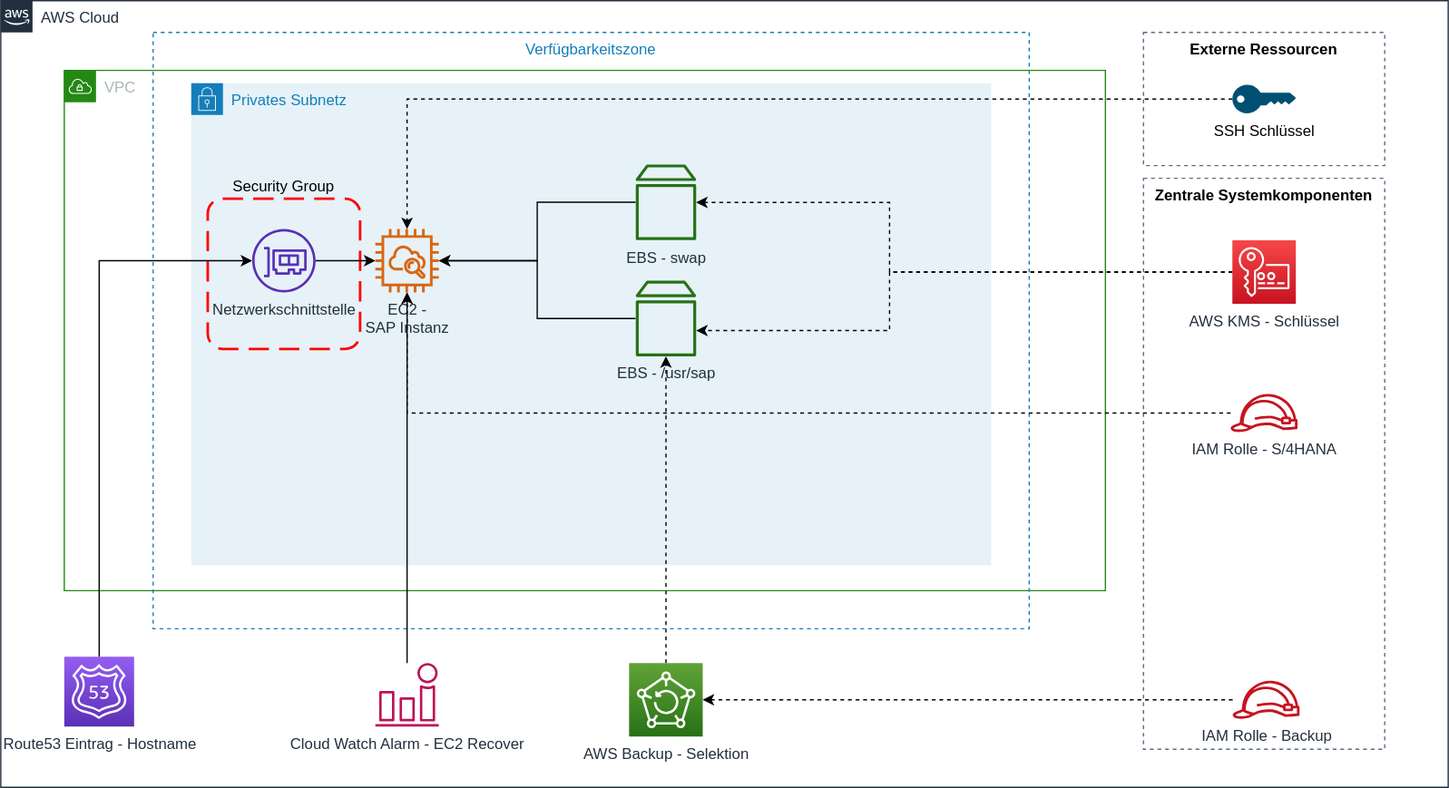
FlorianL-Git/aws-sap-iac keeps this draw.io diagram as modules/appserver/images/Architecture.svg. Above is the earlier version. Source tidied: cells renumbered, new cells last; positions are measured from the earlier drawing's top-left corner, leaving out a move shared by most shapes.
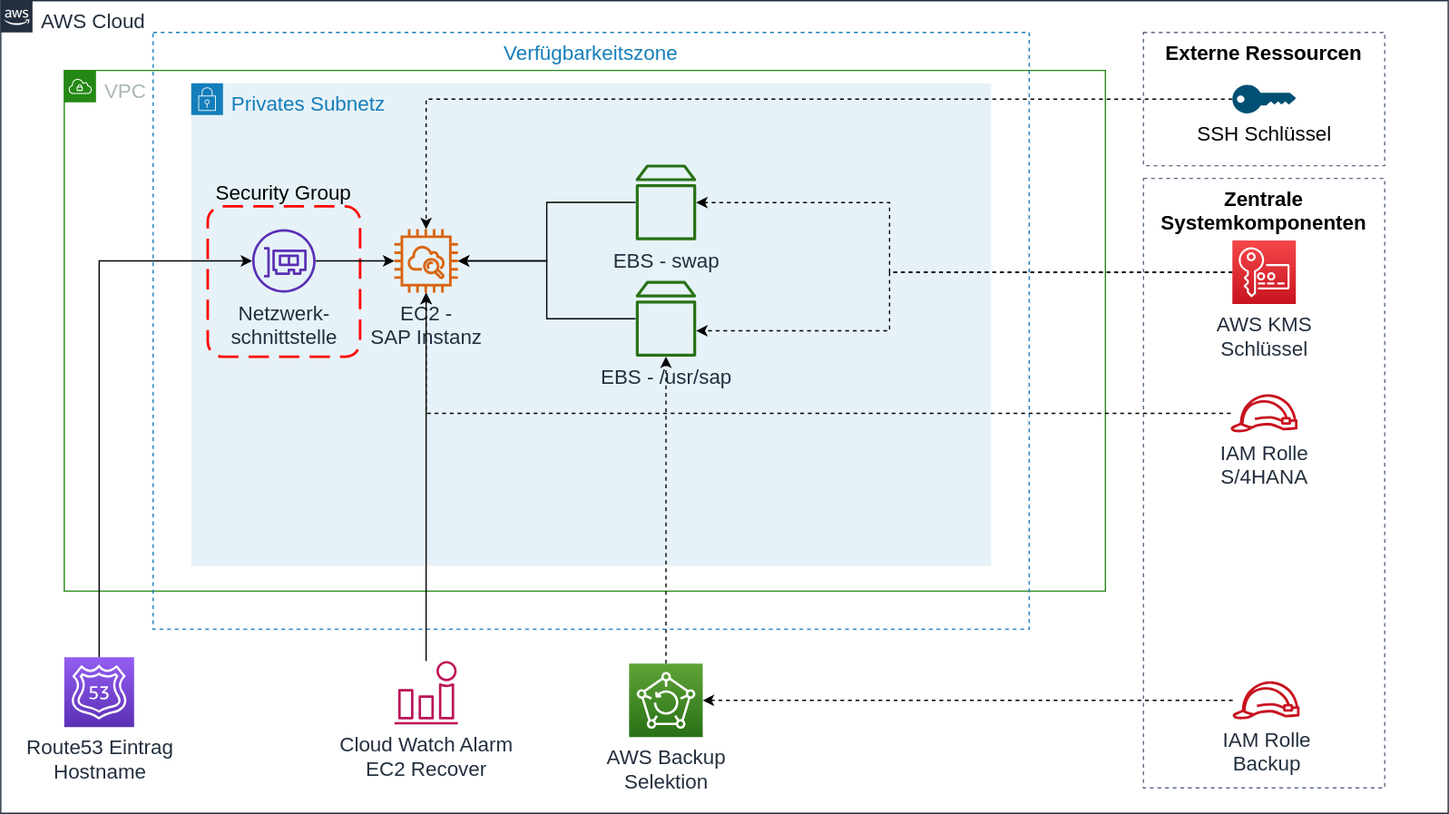
The same diagram one commit later.

Diff of the diagram source:
```diff
@@ -2,68 +2,68 @@
   <root>
     <mxCell id="0" />
     <mxCell id="1" parent="0" />
-    <mxCell id="2" value="Privates Subnetz" style="gradientColor=none;html=1;whiteSpace=wrap;fontSize=12;fontStyle=0;shape=mxgraph.aws4.group;grIcon=mxgraph.aws4.group_security_group;grStroke=0;strokeColor=#147EBA;fillColor=#E6F2F8;verticalAlign=top;align=left;spacingLeft=30;fontColor=#147EBA;dashed=0;" parent="1" vertex="1">
+    <mxCell id="2" value="Privates Subnetz" style="gradientColor=none;html=1;whiteSpace=wrap;fontSize=16;fontStyle=0;shape=mxgraph.aws4.group;grIcon=mxgraph.aws4.group_security_group;grStroke=0;strokeColor=#147EBA;fillColor=#E6F2F8;verticalAlign=top;align=left;spacingLeft=30;fontColor=#147EBA;dashed=0;" parent="1" vertex="1">
       <mxGeometry x="150" y="65" width="630" height="380" as="geometry" />
     </mxCell>
-    <mxCell id="3" value="AWS Cloud" style="gradientColor=none;html=1;whiteSpace=wrap;fontSize=12;fontStyle=0;shape=mxgraph.aws4.group;grIcon=mxgraph.aws4.group_aws_cloud_alt;strokeColor=#232F3E;fillColor=none;verticalAlign=top;align=left;spacingLeft=30;fontColor=#232F3E;dashed=0;" parent="1" vertex="1">
-      <mxGeometry width="1140" height="620" as="geometry" />
+    <mxCell id="3" value="AWS Cloud" style="gradientColor=none;html=1;whiteSpace=wrap;fontSize=16;fontStyle=0;shape=mxgraph.aws4.group;grIcon=mxgraph.aws4.group_aws_cloud_alt;strokeColor=#232F3E;fillColor=none;verticalAlign=top;align=left;spacingLeft=30;fontColor=#232F3E;dashed=0;" parent="1" vertex="1">
+      <mxGeometry width="1140" height="640" as="geometry" />
     </mxCell>
-    <mxCell id="4" value="VPC" style="gradientColor=none;html=1;whiteSpace=wrap;fontSize=12;fontStyle=0;shape=mxgraph.aws4.group;grIcon=mxgraph.aws4.group_vpc;strokeColor=#248814;fillColor=none;verticalAlign=top;align=left;spacingLeft=30;fontColor=#AAB7B8;dashed=0;" parent="1" vertex="1">
+    <mxCell id="4" value="VPC" style="gradientColor=none;html=1;whiteSpace=wrap;fontSize=16;fontStyle=0;shape=mxgraph.aws4.group;grIcon=mxgraph.aws4.group_vpc;strokeColor=#248814;fillColor=none;verticalAlign=top;align=left;spacingLeft=30;fontColor=#AAB7B8;dashed=0;" parent="1" vertex="1">
       <mxGeometry x="50" y="55" width="820" height="410" as="geometry" />
     </mxCell>
-    <mxCell id="5" value="Verfügbarkeitszone" style="fillColor=none;strokeColor=#147EBA;dashed=1;verticalAlign=top;fontStyle=0;fontColor=#147EBA;" parent="1" vertex="1">
+    <mxCell id="5" value="Verfügbarkeitszone" style="fillColor=none;strokeColor=#147EBA;dashed=1;verticalAlign=top;fontStyle=0;fontColor=#147EBA;fontSize=16;" parent="1" vertex="1">
       <mxGeometry x="120" y="25" width="690" height="470" as="geometry" />
     </mxCell>
-    <mxCell id="6" value="Netzwerkschnittstelle" style="outlineConnect=0;fontColor=#232F3E;gradientColor=none;fillColor=#5A30B5;strokeColor=none;dashed=0;verticalLabelPosition=bottom;verticalAlign=top;align=center;html=1;fontSize=12;fontStyle=0;shape=mxgraph.aws4.elastic_network_interface;" parent="1" vertex="1">
+    <mxCell id="6" value="Netzwerk-&lt;br&gt;schnittstelle" style="outlineConnect=0;fontColor=#232F3E;gradientColor=none;fillColor=#5A30B5;strokeColor=none;dashed=0;verticalLabelPosition=bottom;verticalAlign=top;align=center;html=1;fontSize=16;fontStyle=0;shape=mxgraph.aws4.elastic_network_interface;" parent="1" vertex="1">
       <mxGeometry x="198" y="180" width="50" height="50" as="geometry" />
     </mxCell>
-    <mxCell id="7" value="Security Group" style="rounded=1;arcSize=10;dashed=1;strokeColor=#ff0000;fillColor=none;gradientColor=none;dashPattern=8 4;strokeWidth=2;verticalAlign=bottom;labelPosition=center;verticalLabelPosition=top;align=center;" parent="1" vertex="1">
-      <mxGeometry x="163" y="156" width="120" height="118.4" as="geometry" />
+    <mxCell id="7" value="Security Group" style="rounded=1;arcSize=10;dashed=1;strokeColor=#ff0000;fillColor=none;gradientColor=none;dashPattern=8 4;strokeWidth=2;verticalAlign=bottom;labelPosition=center;verticalLabelPosition=top;align=center;fontSize=16;" parent="1" vertex="1">
+      <mxGeometry x="163" y="162" width="120" height="118.4" as="geometry" />
     </mxCell>
-    <mxCell id="8" value="Zentrale Systemkomponenten" style="fillColor=none;strokeColor=#5A6C86;dashed=1;verticalAlign=top;fontStyle=1;" parent="1" vertex="1">
-      <mxGeometry x="900" y="140" width="190" height="450" as="geometry" />
+    <mxCell id="8" value="Zentrale &#10;Systemkomponenten" style="fillColor=none;strokeColor=#5A6C86;dashed=1;verticalAlign=top;fontStyle=1;fontSize=16;" parent="1" vertex="1">
+      <mxGeometry x="900" y="140" width="190" height="480" as="geometry" />
     </mxCell>
-    <mxCell id="9" style="edgeStyle=orthogonalEdgeStyle;rounded=0;jettySize=auto;html=1;" parent="1" edge="1" source="10" target="6">
+    <mxCell id="9" style="edgeStyle=orthogonalEdgeStyle;rounded=0;jettySize=auto;html=1;fontSize=16;" parent="1" edge="1" source="10" target="6">
       <mxGeometry relative="1" as="geometry">
         <Array as="points">
           <mxPoint x="78" y="205" />
         </Array>
       </mxGeometry>
     </mxCell>
-    <mxCell id="10" value="Route53 Eintrag - Hostname" style="outlineConnect=0;fontColor=#232F3E;gradientColor=#945DF2;gradientDirection=north;fillColor=#5A30B5;strokeColor=#ffffff;dashed=0;verticalLabelPosition=bottom;verticalAlign=top;align=center;html=1;fontSize=12;fontStyle=0;shape=mxgraph.aws4.resourceIcon;resIcon=mxgraph.aws4.route_53;" parent="1" vertex="1">
+    <mxCell id="10" value="Route53 Eintrag&lt;br&gt;Hostname" style="outlineConnect=0;fontColor=#232F3E;gradientColor=#945DF2;gradientDirection=north;fillColor=#5A30B5;strokeColor=#ffffff;dashed=0;verticalLabelPosition=bottom;verticalAlign=top;align=center;html=1;fontSize=16;fontStyle=0;shape=mxgraph.aws4.resourceIcon;resIcon=mxgraph.aws4.route_53;" parent="1" vertex="1">
       <mxGeometry x="50" y="517" width="55" height="55" as="geometry" />
     </mxCell>
-    <mxCell id="11" style="edgeStyle=orthogonalEdgeStyle;rounded=0;jettySize=auto;html=1;" parent="1" edge="1" source="12" target="13">
+    <mxCell id="11" style="edgeStyle=orthogonalEdgeStyle;rounded=0;jettySize=auto;html=1;fontSize=16;" parent="1" edge="1" source="12" target="13">
       <mxGeometry relative="1" as="geometry" />
     </mxCell>
-    <mxCell id="12" value="EBS - /usr/sap" style="outlineConnect=0;fontColor=#232F3E;gradientColor=none;fillColor=#277116;strokeColor=none;dashed=0;verticalLabelPosition=bottom;verticalAlign=top;align=center;html=1;fontSize=12;fontStyle=0;shape=mxgraph.aws4.volume;" parent="1" vertex="1">
+    <mxCell id="12" value="EBS - /usr/sap" style="outlineConnect=0;fontColor=#232F3E;gradientColor=none;fillColor=#277116;strokeColor=none;dashed=0;verticalLabelPosition=bottom;verticalAlign=top;align=center;html=1;fontSize=16;fontStyle=0;shape=mxgraph.aws4.volume;" parent="1" vertex="1">
       <mxGeometry x="500" y="220.5" width="47.7" height="60" as="geometry" />
     </mxCell>
-    <mxCell id="13" value="EC2 - &lt;br&gt;SAP Instanz" style="outlineConnect=0;fontColor=#232F3E;gradientColor=none;fillColor=#D86613;strokeColor=none;dashed=0;verticalLabelPosition=bottom;verticalAlign=top;align=center;html=1;fontSize=12;fontStyle=0;shape=mxgraph.aws4.instance_with_cloudwatch2;" parent="1" vertex="1">
-      <mxGeometry x="295" y="180" width="50" height="50" as="geometry" />
+    <mxCell id="13" value="EC2 - &lt;br style=&quot;font-size: 16px;&quot;&gt;SAP Instanz" style="outlineConnect=0;fontColor=#232F3E;gradientColor=none;fillColor=#D86613;strokeColor=none;dashed=0;verticalLabelPosition=bottom;verticalAlign=top;align=center;html=1;fontSize=16;fontStyle=0;shape=mxgraph.aws4.instance_with_cloudwatch2;" parent="1" vertex="1">
+      <mxGeometry x="310" y="180" width="50" height="50" as="geometry" />
     </mxCell>
-    <mxCell id="14" style="edgeStyle=orthogonalEdgeStyle;rounded=0;jettySize=auto;html=1;" parent="1" edge="1" source="15" target="13">
+    <mxCell id="14" style="edgeStyle=orthogonalEdgeStyle;rounded=0;jettySize=auto;html=1;fontSize=16;" parent="1" edge="1" source="15" target="13">
       <mxGeometry relative="1" as="geometry" />
     </mxCell>
-    <mxCell id="15" value="EBS - swap" style="outlineConnect=0;fontColor=#232F3E;gradientColor=none;fillColor=#277116;strokeColor=none;dashed=0;verticalLabelPosition=bottom;verticalAlign=top;align=center;html=1;fontSize=12;fontStyle=0;shape=mxgraph.aws4.volume;" parent="1" vertex="1">
+    <mxCell id="15" value="EBS - swap" style="outlineConnect=0;fontColor=#232F3E;gradientColor=none;fillColor=#277116;strokeColor=none;dashed=0;verticalLabelPosition=bottom;verticalAlign=top;align=center;html=1;fontSize=16;fontStyle=0;shape=mxgraph.aws4.volume;" parent="1" vertex="1">
       <mxGeometry x="500" y="128.9" width="47.7" height="60" as="geometry" />
     </mxCell>
-    <mxCell id="16" style="edgeStyle=orthogonalEdgeStyle;rounded=0;jettySize=auto;html=1;dashed=1;" parent="1" edge="1" source="17" target="13">
+    <mxCell id="16" style="edgeStyle=orthogonalEdgeStyle;rounded=0;jettySize=auto;html=1;dashed=1;fontSize=16;" parent="1" edge="1" source="17" target="13">
       <mxGeometry relative="1" as="geometry" />
     </mxCell>
-    <mxCell id="17" value="IAM Rolle - S/4HANA" style="outlineConnect=0;fontColor=#232F3E;gradientColor=none;fillColor=#C7131F;strokeColor=none;dashed=0;verticalLabelPosition=bottom;verticalAlign=top;align=center;html=1;fontSize=12;fontStyle=0;shape=mxgraph.aws4.role;" parent="1" vertex="1">
+    <mxCell id="17" value="IAM Rolle&lt;br&gt;S/4HANA" style="outlineConnect=0;fontColor=#232F3E;gradientColor=none;fillColor=#C7131F;strokeColor=none;dashed=0;verticalLabelPosition=bottom;verticalAlign=top;align=center;html=1;fontSize=16;fontStyle=0;shape=mxgraph.aws4.role;" parent="1" vertex="1">
       <mxGeometry x="968.4" y="310" width="53.2" height="30" as="geometry" />
     </mxCell>
-    <mxCell id="18" style="edgeStyle=none;rounded=0;jettySize=auto;html=1;" parent="1" edge="1" source="6" target="13">
+    <mxCell id="18" style="edgeStyle=none;rounded=0;jettySize=auto;html=1;fontSize=16;" parent="1" edge="1" source="6" target="13">
       <mxGeometry relative="1" as="geometry" />
     </mxCell>
-    <mxCell id="19" style="edgeStyle=none;rounded=0;jettySize=auto;html=1;" parent="1" edge="1" source="20" target="13">
+    <mxCell id="19" style="edgeStyle=none;rounded=0;jettySize=auto;html=1;fontSize=16;" parent="1" edge="1" source="20" target="13">
       <mxGeometry relative="1" as="geometry" />
     </mxCell>
-    <mxCell id="20" value="Cloud Watch Alarm - EC2 Recover" style="outlineConnect=0;fontColor=#232F3E;gradientColor=none;fillColor=#BC1356;strokeColor=none;dashed=0;verticalLabelPosition=bottom;verticalAlign=top;align=center;html=1;fontSize=12;fontStyle=0;shape=mxgraph.aws4.alarm;" parent="1" vertex="1">
-      <mxGeometry x="295" y="522" width="50" height="50" as="geometry" />
+    <mxCell id="20" value="Cloud Watch Alarm&lt;br&gt;EC2 Recover" style="outlineConnect=0;fontColor=#232F3E;gradientColor=none;fillColor=#BC1356;strokeColor=none;dashed=0;verticalLabelPosition=bottom;verticalAlign=top;align=center;html=1;fontSize=16;fontStyle=0;shape=mxgraph.aws4.alarm;" parent="1" vertex="1">
+      <mxGeometry x="310" y="520" width="50" height="50" as="geometry" />
     </mxCell>
-    <mxCell id="21" style="edgeStyle=orthogonalEdgeStyle;rounded=0;jettySize=auto;html=1;dashed=1;" parent="1" edge="1" source="23" target="12">
+    <mxCell id="21" style="edgeStyle=orthogonalEdgeStyle;rounded=0;jettySize=auto;html=1;dashed=1;fontSize=16;" parent="1" edge="1" source="23" target="12">
       <mxGeometry relative="1" as="geometry">
         <Array as="points">
           <mxPoint x="700" y="214" />
@@ -71,7 +71,7 @@
         </Array>
       </mxGeometry>
     </mxCell>
-    <mxCell id="22" style="edgeStyle=orthogonalEdgeStyle;rounded=0;jettySize=auto;html=1;dashed=1;" parent="1" edge="1" source="23" target="15">
+    <mxCell id="22" style="edgeStyle=orthogonalEdgeStyle;rounded=0;jettySize=auto;html=1;dashed=1;fontSize=16;" parent="1" edge="1" source="23" target="15">
       <mxGeometry relative="1" as="geometry">
         <Array as="points">
           <mxPoint x="700" y="214" />
@@ -79,28 +79,28 @@
         </Array>
       </mxGeometry>
     </mxCell>
-    <mxCell id="23" value="AWS KMS - Schlüssel" style="outlineConnect=0;fontColor=#232F3E;gradientColor=#F54749;gradientDirection=north;fillColor=#C7131F;strokeColor=#ffffff;dashed=0;verticalLabelPosition=bottom;verticalAlign=top;align=center;html=1;fontSize=12;fontStyle=0;shape=mxgraph.aws4.resourceIcon;resIcon=mxgraph.aws4.key_management_service;" parent="1" vertex="1">
+    <mxCell id="23" value="AWS KMS&lt;br&gt;Schlüssel" style="outlineConnect=0;fontColor=#232F3E;gradientColor=#F54749;gradientDirection=north;fillColor=#C7131F;strokeColor=#ffffff;dashed=0;verticalLabelPosition=bottom;verticalAlign=top;align=center;html=1;fontSize=16;fontStyle=0;shape=mxgraph.aws4.resourceIcon;resIcon=mxgraph.aws4.key_management_service;" parent="1" vertex="1">
       <mxGeometry x="970" y="188.9" width="50" height="50" as="geometry" />
     </mxCell>
-    <mxCell id="24" style="edgeStyle=orthogonalEdgeStyle;rounded=0;jettySize=auto;html=1;dashed=1;" parent="1" edge="1" source="25" target="13">
+    <mxCell id="24" style="edgeStyle=orthogonalEdgeStyle;rounded=0;jettySize=auto;html=1;dashed=1;fontSize=16;" parent="1" edge="1" source="25" target="13">
       <mxGeometry relative="1" as="geometry" />
     </mxCell>
-    <mxCell id="25" value="SSH Schlüssel" style="points=[[0,0.5,0],[0.24,0,0],[0.5,0.28,0],[0.995,0.475,0],[0.5,0.72,0],[0.24,1,0]];verticalLabelPosition=bottom;html=1;verticalAlign=top;align=center;shape=mxgraph.cisco19.key;fillColor=#005073;strokeColor=none;" parent="1" vertex="1">
+    <mxCell id="25" value="SSH Schlüssel" style="points=[[0,0.5,0],[0.24,0,0],[0.5,0.28,0],[0.995,0.475,0],[0.5,0.72,0],[0.24,1,0]];verticalLabelPosition=bottom;html=1;verticalAlign=top;align=center;shape=mxgraph.cisco19.key;fillColor=#005073;strokeColor=none;fontSize=16;" parent="1" vertex="1">
       <mxGeometry x="970" y="66.2" width="50" height="22.5" as="geometry" />
     </mxCell>
-    <mxCell id="26" value="Externe Ressourcen" style="fillColor=none;strokeColor=#5A6C86;dashed=1;verticalAlign=top;fontStyle=1;" parent="1" vertex="1">
+    <mxCell id="26" value="Externe Ressourcen" style="fillColor=none;strokeColor=#5A6C86;dashed=1;verticalAlign=top;fontStyle=1;fontSize=16;" parent="1" vertex="1">
       <mxGeometry x="900" y="25" width="190" height="105" as="geometry" />
     </mxCell>
-    <mxCell id="27" style="edgeStyle=orthogonalEdgeStyle;rounded=0;jettySize=auto;html=1;dashed=1;" parent="1" edge="1" source="28" target="12">
+    <mxCell id="27" style="edgeStyle=orthogonalEdgeStyle;rounded=0;jettySize=auto;html=1;dashed=1;fontSize=16;" parent="1" edge="1" source="28" target="12">
       <mxGeometry relative="1" as="geometry" />
     </mxCell>
-    <mxCell id="28" value="AWS Backup - Selektion" style="outlineConnect=0;fontColor=#232F3E;gradientColor=#60A337;gradientDirection=north;fillColor=#277116;strokeColor=#ffffff;dashed=0;verticalLabelPosition=bottom;verticalAlign=top;align=center;html=1;fontSize=12;fontStyle=0;shape=mxgraph.aws4.resourceIcon;resIcon=mxgraph.aws4.backup;" parent="1" vertex="1">
+    <mxCell id="28" value="AWS Backup&lt;br&gt;Selektion" style="outlineConnect=0;fontColor=#232F3E;gradientColor=#60A337;gradientDirection=north;fillColor=#277116;strokeColor=#ffffff;dashed=0;verticalLabelPosition=bottom;verticalAlign=top;align=center;html=1;fontSize=16;fontStyle=0;shape=mxgraph.aws4.resourceIcon;resIcon=mxgraph.aws4.backup;" parent="1" vertex="1">
       <mxGeometry x="494.9" y="522" width="58" height="58" as="geometry" />
     </mxCell>
-    <mxCell id="29" style="edgeStyle=orthogonalEdgeStyle;rounded=0;jettySize=auto;html=1;dashed=1;" parent="1" edge="1" source="30" target="28">
+    <mxCell id="29" style="edgeStyle=orthogonalEdgeStyle;rounded=0;jettySize=auto;html=1;dashed=1;fontSize=16;" parent="1" edge="1" source="30" target="28">
       <mxGeometry relative="1" as="geometry" />
     </mxCell>
-    <mxCell id="30" value="IAM Rolle - Backup" style="outlineConnect=0;fontColor=#232F3E;gradientColor=none;fillColor=#C7131F;strokeColor=none;dashed=0;verticalLabelPosition=bottom;verticalAlign=top;align=center;html=1;fontSize=12;fontStyle=0;shape=mxgraph.aws4.role;" parent="1" vertex="1">
+    <mxCell id="30" value="IAM Rolle&lt;br&gt;Backup" style="outlineConnect=0;fontColor=#232F3E;gradientColor=none;fillColor=#C7131F;strokeColor=none;dashed=0;verticalLabelPosition=bottom;verticalAlign=top;align=center;html=1;fontSize=16;fontStyle=0;shape=mxgraph.aws4.role;" parent="1" vertex="1">
       <mxGeometry x="970" y="536" width="53.2" height="30" as="geometry" />
     </mxCell>
   </root>
```
